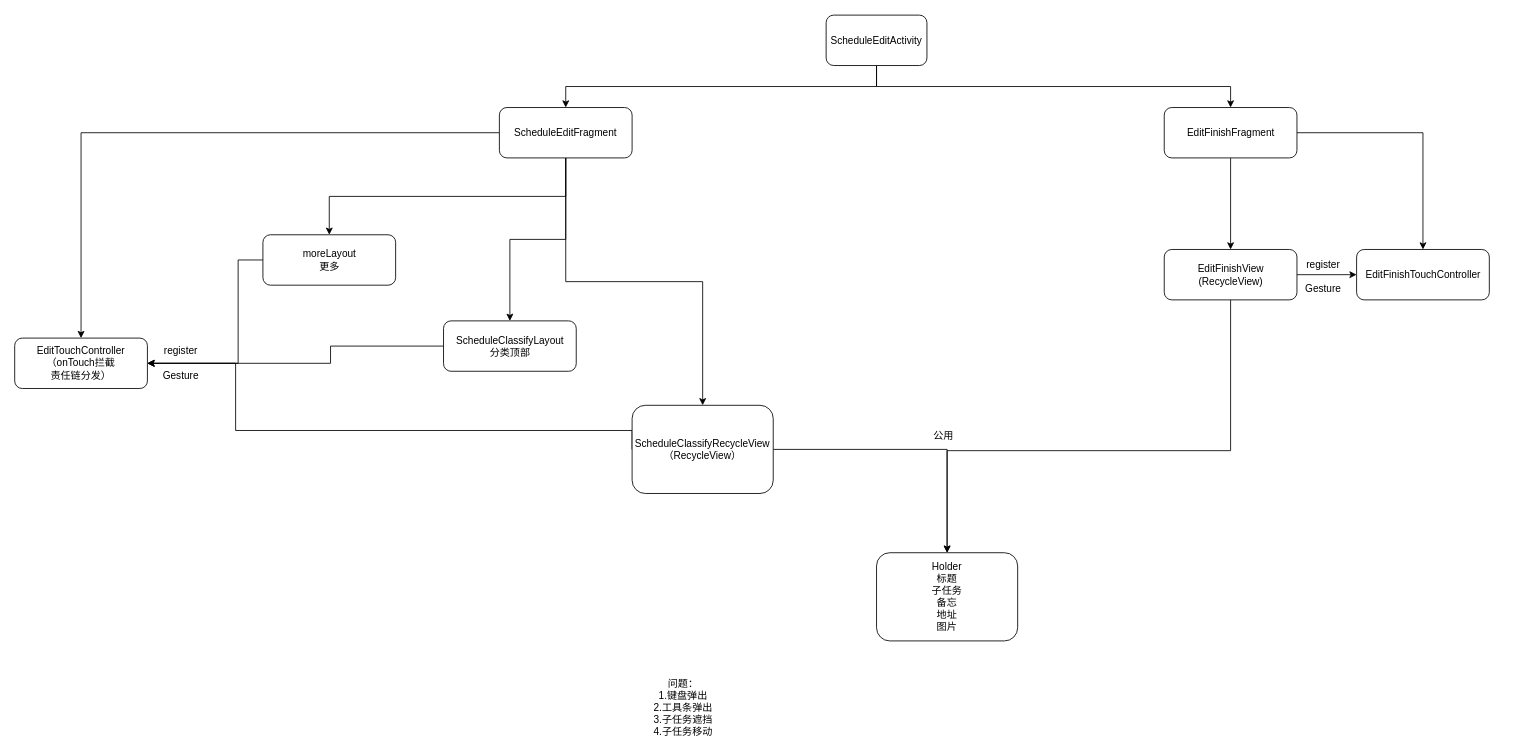
Above: page "编辑页架构" (3 of 3) of 时光序编辑页.drawio in cangwang/Canvas (draw.io), before the change. Source tidied: cells renumbered, new cells numbered last; positions are measured from the earlier drawing's top-left corner, leaving out a move shared by most shapes. Both pictures are drawn from the tidied source at 84%, with x=0, y=0 at pixel (14, 15).
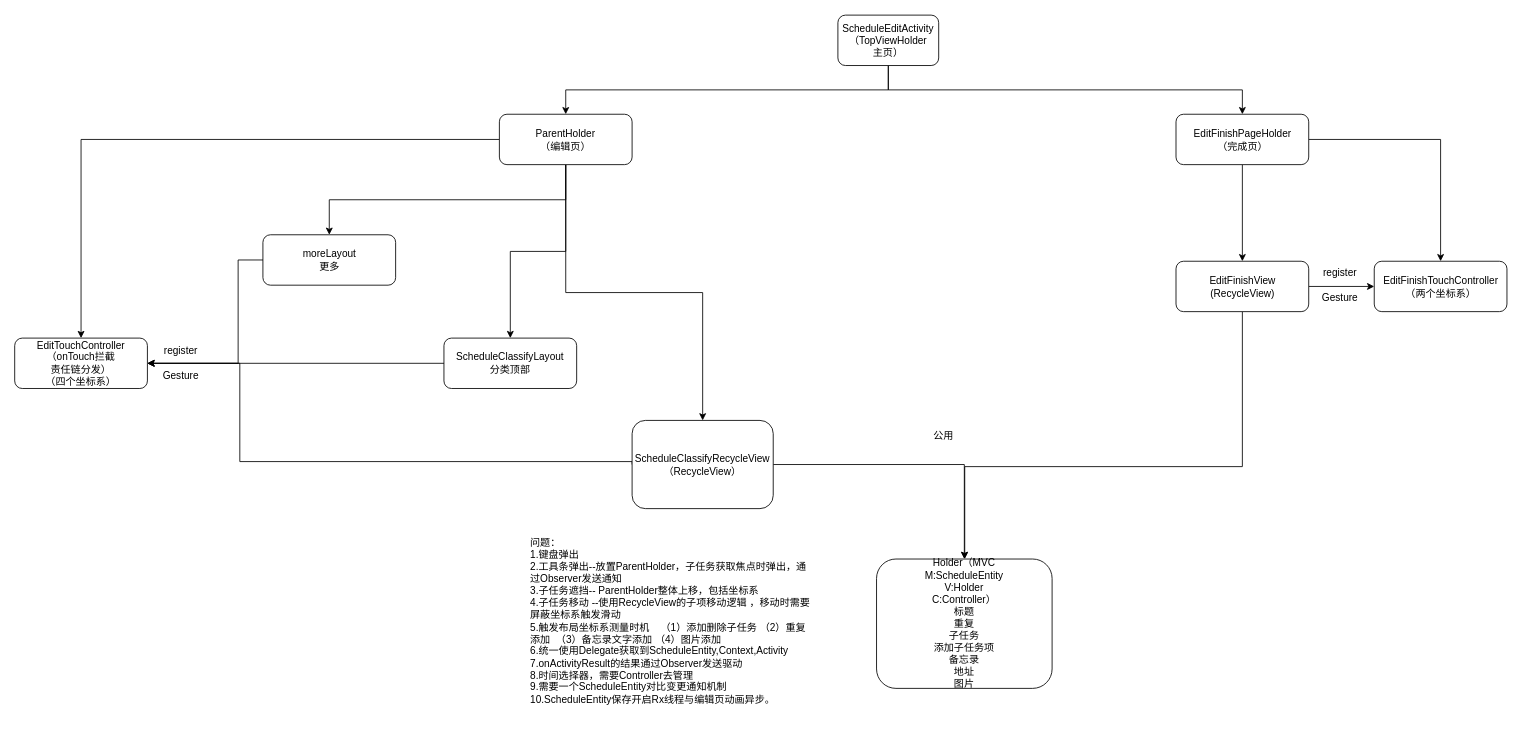
After the change.

Commit message:
Update 时光序编辑页.drawio

The change refers to these unchanged cells:
```xml
<mxCell id="14" value="moreLayout&lt;br&gt;更多" style="rounded=1;whiteSpace=wrap;html=1;" parent="1" vertex="1">
  <mxGeometry x="295.5" y="261" width="158" height="60" as="geometry" />
</mxCell>
```

The edit, as a diff of the source:
```diff
@@
-    <mxCell id="4" value="ScheduleEditActivity" style="rounded=1;whiteSpace=wrap;html=1;" parent="1" vertex="1">
-      <mxGeometry x="966" y="-0.5" width="120" height="60" as="geometry" />
+    <mxCell id="4" value="ScheduleEditActivity&lt;br&gt;（TopViewHolder&lt;br&gt;主页）" style="rounded=1;whiteSpace=wrap;html=1;" parent="1" vertex="1">
+      <mxGeometry x="980" y="-0.5" width="120" height="60" as="geometry" />
     </mxCell>
@@
-    <mxCell id="9" value="ScheduleEditFragment" style="rounded=1;whiteSpace=wrap;html=1;" parent="1" vertex="1">
-      <mxGeometry x="577" y="109.5" width="158" height="60" as="geometry" />
+    <mxCell id="9" value="ParentHolder&lt;br&gt;（编辑页）" style="rounded=1;whiteSpace=wrap;html=1;" parent="1" vertex="1">
+      <mxGeometry x="577" y="117.5" width="158" height="60" as="geometry" />
     </mxCell>
@@
-    <mxCell id="12" value="EditFinishFragment" style="rounded=1;whiteSpace=wrap;html=1;" parent="1" vertex="1">
-      <mxGeometry x="1368.5" y="109.5" width="158" height="60" as="geometry" />
+    <mxCell id="12" value="EditFinishPageHolder&lt;br&gt;（完成页）" style="rounded=1;whiteSpace=wrap;html=1;" parent="1" vertex="1">
+      <mxGeometry x="1382.5" y="117.5" width="158" height="60" as="geometry" />
     </mxCell>
     <mxCell id="13" style="edgeStyle=orthogonalEdgeStyle;rounded=0;jettySize=auto;html=1;exitX=0;exitY=0.5;exitDx=0;exitDy=0;entryX=1;entryY=0.5;entryDx=0;entryDy=0;" parent="1" edge="1" source="14" target="20">
       <mxGeometry relative="1" as="geometry">
         <Array as="points">
+          <mxPoint x="310" y="291" />
           <mxPoint x="266" y="291" />
           <mxPoint x="266" y="414" />
         </Array>
       </mxGeometry>
     </mxCell>
@@
-    <mxCell id="15" style="edgeStyle=orthogonalEdgeStyle;rounded=0;jettySize=auto;html=1;exitX=0;exitY=0.5;exitDx=0;exitDy=0;" parent="1" edge="1" source="16" target="20">
+    <mxCell id="15" style="edgeStyle=orthogonalEdgeStyle;rounded=0;jettySize=auto;html=1;exitX=0;exitY=0.5;exitDx=0;exitDy=0;entryX=1;entryY=0.5;entryDx=0;entryDy=0;" parent="1" edge="1" source="16" target="20">
       <mxGeometry relative="1" as="geometry">
         <Array as="points">
-          <mxPoint x="376" y="394" />
-          <mxPoint x="376" y="414" />
+          <mxPoint x="525" y="414" />
         </Array>
       </mxGeometry>
     </mxCell>
     <mxCell id="16" value="ScheduleClassifyLayout&lt;br&gt;分类顶部" style="rounded=1;whiteSpace=wrap;html=1;" parent="1" vertex="1">
-      <mxGeometry x="510.5" y="363.5" width="158" height="60" as="geometry" />
+      <mxGeometry x="511" y="384" width="158" height="60" as="geometry" />
     </mxCell>
     <mxCell id="17" style="edgeStyle=orthogonalEdgeStyle;rounded=0;jettySize=auto;html=1;exitX=0;exitY=0.5;exitDx=0;exitDy=0;entryX=1;entryY=0.5;entryDx=0;entryDy=0;" parent="1" edge="1" source="19" target="20">
       <mxGeometry relative="1" as="geometry">
         <Array as="points">
-          <mxPoint x="263" y="494" />
-          <mxPoint x="263" y="414" />
+          <mxPoint x="268" y="531" />
+          <mxPoint x="268" y="414" />
         </Array>
       </mxGeometry>
     </mxCell>
@@
     <mxCell id="19" value="ScheduleClassifyRecycleView&lt;br&gt;（RecycleView）" style="rounded=1;whiteSpace=wrap;html=1;" parent="1" vertex="1">
-      <mxGeometry x="735" y="464" width="168" height="105" as="geometry" />
+      <mxGeometry x="735" y="482" width="168" height="105" as="geometry" />
     </mxCell>
-    <mxCell id="20" value="EditTouchController&lt;br&gt;（onTouch拦截&lt;br&gt;责任链分发）" style="rounded=1;whiteSpace=wrap;html=1;" parent="1" vertex="1">
+    <mxCell id="20" value="EditTouchController&lt;br&gt;（onTouch拦截&lt;br&gt;责任链分发）&lt;br&gt;（四个坐标系）" style="rounded=1;whiteSpace=wrap;html=1;" parent="1" vertex="1">
       <mxGeometry y="384" width="158" height="60" as="geometry" />
     </mxCell>
@@
-    <mxCell id="22" value="EditFinishTouchController" style="rounded=1;whiteSpace=wrap;html=1;" parent="1" vertex="1">
-      <mxGeometry x="1597.5" y="278.5" width="158" height="60" as="geometry" />
+    <mxCell id="22" value="EditFinishTouchController&lt;br&gt;（两个坐标系）" style="rounded=1;whiteSpace=wrap;html=1;" parent="1" vertex="1">
+      <mxGeometry x="1618.5" y="292.5" width="158" height="60" as="geometry" />
     </mxCell>
@@
     <mxCell id="24" style="edgeStyle=orthogonalEdgeStyle;rounded=0;jettySize=auto;html=1;exitX=0.5;exitY=1;exitDx=0;exitDy=0;" parent="1" edge="1" source="25" target="27">
       <mxGeometry relative="1" as="geometry">
         <Array as="points">
-          <mxPoint x="1448" y="518" />
-          <mxPoint x="1110" y="518" />
+          <mxPoint x="1462" y="537" />
+          <mxPoint x="1131" y="537" />
         </Array>
       </mxGeometry>
     </mxCell>
     <mxCell id="25" value="EditFinishView&lt;br&gt;(RecycleView)" style="rounded=1;whiteSpace=wrap;html=1;" parent="1" vertex="1">
-      <mxGeometry x="1368.5" y="278.5" width="158" height="60" as="geometry" />
+      <mxGeometry x="1382.5" y="292.5" width="158" height="60" as="geometry" />
     </mxCell>
     <mxCell id="26" value="register&lt;br&gt;&lt;br&gt;Gesture" style="text;html=1;strokeColor=none;fillColor=none;align=center;verticalAlign=middle;whiteSpace=wrap;rounded=0;" parent="1" vertex="1">
-      <mxGeometry x="1537.6" y="301" width="40" height="20" as="geometry" />
+      <mxGeometry x="1557.6" y="311" width="40" height="20" as="geometry" />
     </mxCell>
-    <mxCell id="27" value="Holder&lt;br&gt;标题&lt;br&gt;子任务&lt;br&gt;备忘&lt;br&gt;地址&lt;br&gt;图片" style="rounded=1;whiteSpace=wrap;html=1;" parent="1" vertex="1">
-      <mxGeometry x="1026" y="639.5" width="168" height="105" as="geometry" />
+    <mxCell id="27" value="Holder（MVC &lt;br&gt;M:ScheduleEntity&lt;br&gt;V:Holder&lt;br&gt;C:Controller）&lt;br&gt;标题&lt;br&gt;重复&lt;br&gt;子任务&lt;br&gt;添加子任务项&lt;br&gt;备忘录&lt;br&gt;地址&lt;br&gt;图片" style="rounded=1;whiteSpace=wrap;html=1;" parent="1" vertex="1">
+      <mxGeometry x="1026" y="647" width="209" height="154" as="geometry" />
     </mxCell>
@@
-    <mxCell id="29" value="问题：&lt;br&gt;1.键盘弹出&lt;br&gt;2.工具条弹出&lt;br&gt;3.子任务遮挡&lt;br&gt;4.子任务移动" style="text;html=1;strokeColor=none;fillColor=none;align=center;verticalAlign=middle;whiteSpace=wrap;rounded=0;" parent="1" vertex="1">
-      <mxGeometry x="669" y="814" width="254" height="20" as="geometry" />
+    <mxCell id="29" value="问题：&lt;br&gt;1.键盘弹出&lt;br&gt;2.工具条弹出--放置ParentHolder，子任务获取焦点时弹出，通过Observer发送通知&lt;br&gt;3.子任务遮挡-- ParentHolder整体上移，包括坐标系&lt;br&gt;4.子任务移动 --使用RecycleView的子项移动逻辑 ，移动时需要屏蔽坐标系触发滑动&lt;br&gt;5.触发布局坐标系测量时机&amp;nbsp; &amp;nbsp; （1）添加删除子任务 （2）重复添加&amp;nbsp; （3）备忘录文字添加 （4）图片添加&lt;br&gt;6.统一使用Delegate获取到ScheduleEntity,Context,Activity&lt;br&gt;7.onActivityResult的结果通过Observer发送驱动&lt;br&gt;8.时间选择器，需要Controller去管理&lt;br&gt;9.需要一个ScheduleEntity对比变更通知机制&lt;br&gt;10.ScheduleEntity保存开启Rx线程与编辑页动画异步。" style="text;html=1;strokeColor=none;fillColor=none;align=left;verticalAlign=middle;whiteSpace=wrap;rounded=0;" parent="1" vertex="1">
+      <mxGeometry x="612" y="608" width="340" height="226" as="geometry" />
     </mxCell>
```
